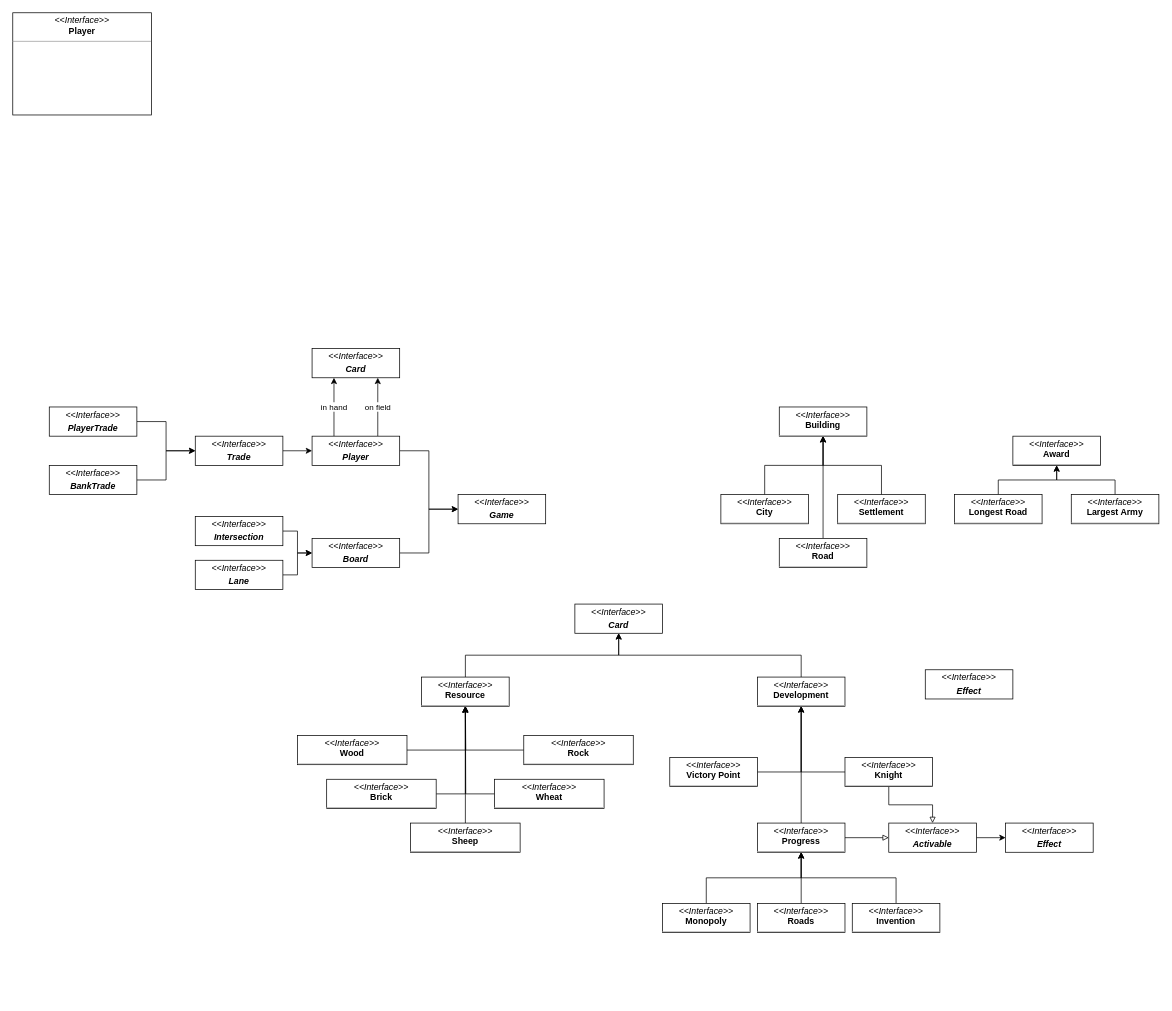
Earlier version of the draw.io diagram scatan.drawio (zucchero-sintattico/pps-22-scatan). Source tidied: cells renumbered, new cells numbered last; positions are measured from the earlier drawing's top-left corner, leaving out a move shared by most shapes. Both pictures are drawn from the tidied source at 73%, with x=0, y=0 at pixel (12, 12).
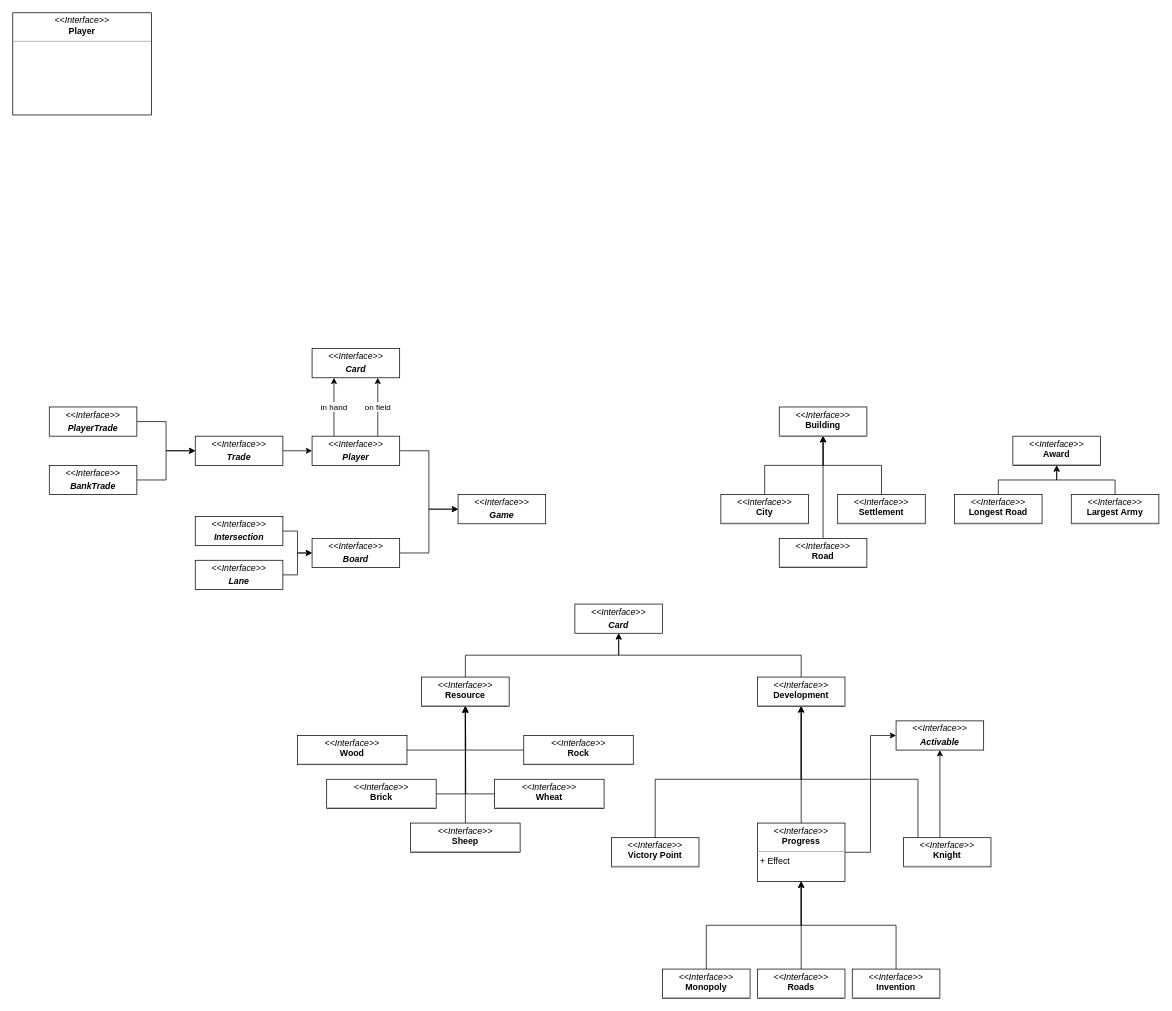
The same diagram, later.

The change refers to these unchanged cells:
```xml
<mxCell id="14" value="&lt;p style=&quot;margin:0px;margin-top:4px;text-align:center;&quot;&gt;&lt;i&gt;&amp;lt;&amp;lt;Interface&amp;gt;&amp;gt;&lt;/i&gt;&lt;br&gt;&lt;b&gt;Development&lt;/b&gt;&lt;/p&gt;&lt;hr size=&quot;1&quot;&gt;&lt;p style=&quot;margin:0px;margin-left:4px;&quot;&gt;&lt;br&gt;&lt;/p&gt;" style="verticalAlign=top;align=left;overflow=fill;fontSize=12;fontFamily=Helvetica;html=1;whiteSpace=wrap;" parent="1" vertex="1">
  <mxGeometry x="1020" y="910" width="120" height="40" as="geometry" />
</mxCell>
```

The edit, as a diff of the source:
```diff
@@
     <mxCell id="15" style="edgeStyle=orthogonalEdgeStyle;rounded=0;jettySize=auto;html=1;exitX=1;exitY=0.5;exitDx=0;exitDy=0;entryX=0.5;entryY=1;entryDx=0;entryDy=0;" parent="1" edge="1" source="16" target="14">
-      <mxGeometry relative="1" as="geometry" />
+      <mxGeometry relative="1" as="geometry">
+        <Array as="points">
+          <mxPoint x="880" y="1150" />
+          <mxPoint x="880" y="1050" />
+          <mxPoint x="1080" y="1050" />
+        </Array>
+      </mxGeometry>
     </mxCell>
     <mxCell id="16" value="&lt;p style=&quot;margin:0px;margin-top:4px;text-align:center;&quot;&gt;&lt;i&gt;&amp;lt;&amp;lt;Interface&amp;gt;&amp;gt;&lt;/i&gt;&lt;br&gt;&lt;b&gt;Victory Point&lt;/b&gt;&lt;/p&gt;&lt;hr size=&quot;1&quot;&gt;&lt;p style=&quot;margin:0px;margin-left:4px;&quot;&gt;&lt;br&gt;&lt;/p&gt;" style="verticalAlign=top;align=left;overflow=fill;fontSize=12;fontFamily=Helvetica;html=1;whiteSpace=wrap;" parent="1" vertex="1">
-      <mxGeometry x="900" y="1020" width="120" height="40" as="geometry" />
+      <mxGeometry x="820" y="1130" width="120" height="40" as="geometry" />
     </mxCell>
@@
     <mxCell id="18" value="&lt;p style=&quot;margin:0px;margin-top:4px;text-align:center;&quot;&gt;&lt;i&gt;&amp;lt;&amp;lt;Interface&amp;gt;&amp;gt;&lt;/i&gt;&lt;br&gt;&lt;b&gt;Monopoly&lt;/b&gt;&lt;/p&gt;&lt;hr size=&quot;1&quot;&gt;&lt;p style=&quot;margin:0px;margin-left:4px;&quot;&gt;&lt;br&gt;&lt;/p&gt;" style="verticalAlign=top;align=left;overflow=fill;fontSize=12;fontFamily=Helvetica;html=1;whiteSpace=wrap;" parent="1" vertex="1">
-      <mxGeometry x="890" y="1220" width="120" height="40" as="geometry" />
+      <mxGeometry x="890" y="1310" width="120" height="40" as="geometry" />
     </mxCell>
@@
     <mxCell id="20" value="&lt;p style=&quot;margin:0px;margin-top:4px;text-align:center;&quot;&gt;&lt;i&gt;&amp;lt;&amp;lt;Interface&amp;gt;&amp;gt;&lt;/i&gt;&lt;br&gt;&lt;b&gt;Roads&lt;/b&gt;&lt;/p&gt;&lt;hr size=&quot;1&quot;&gt;&lt;p style=&quot;margin:0px;margin-left:4px;&quot;&gt;&lt;br&gt;&lt;/p&gt;" style="verticalAlign=top;align=left;overflow=fill;fontSize=12;fontFamily=Helvetica;html=1;whiteSpace=wrap;" parent="1" vertex="1">
-      <mxGeometry x="1020" y="1220" width="120" height="40" as="geometry" />
+      <mxGeometry x="1020" y="1310" width="120" height="40" as="geometry" />
     </mxCell>
@@
     <mxCell id="22" value="&lt;p style=&quot;margin:0px;margin-top:4px;text-align:center;&quot;&gt;&lt;i&gt;&amp;lt;&amp;lt;Interface&amp;gt;&amp;gt;&lt;/i&gt;&lt;br&gt;&lt;b&gt;Invention&lt;/b&gt;&lt;/p&gt;&lt;hr size=&quot;1&quot;&gt;&lt;p style=&quot;margin:0px;margin-left:4px;&quot;&gt;&lt;br&gt;&lt;/p&gt;" style="verticalAlign=top;align=left;overflow=fill;fontSize=12;fontFamily=Helvetica;html=1;whiteSpace=wrap;" parent="1" vertex="1">
-      <mxGeometry x="1150" y="1220" width="120" height="40" as="geometry" />
+      <mxGeometry x="1150" y="1310" width="120" height="40" as="geometry" />
     </mxCell>
-    <mxCell id="23" style="edgeStyle=orthogonalEdgeStyle;rounded=0;jettySize=auto;html=1;exitX=0;exitY=0.5;exitDx=0;exitDy=0;entryX=0.5;entryY=1;entryDx=0;entryDy=0;" parent="1" edge="1" source="25" target="14">
-      <mxGeometry relative="1" as="geometry" />
+    <mxCell id="23" style="edgeStyle=orthogonalEdgeStyle;rounded=0;jettySize=auto;html=1;entryX=0.5;entryY=1;entryDx=0;entryDy=0;" parent="1" edge="1" source="25" target="14">
+      <mxGeometry relative="1" as="geometry">
+        <Array as="points">
+          <mxPoint x="1240" y="1050" />
+          <mxPoint x="1080" y="1050" />
+        </Array>
+      </mxGeometry>
     </mxCell>
-    <mxCell id="24" style="edgeStyle=orthogonalEdgeStyle;rounded=0;jettySize=auto;html=1;exitX=0.5;exitY=1;exitDx=0;exitDy=0;entryX=0.5;entryY=0;entryDx=0;entryDy=0;endArrow=block;endFill=0;" parent="1" edge="1" source="25" target="30">
-      <mxGeometry relative="1" as="geometry" />
+    <mxCell id="24" style="edgeStyle=orthogonalEdgeStyle;rounded=0;jettySize=auto;html=1;" parent="1" edge="1" source="25" target="30">
+      <mxGeometry relative="1" as="geometry">
+        <Array as="points">
+          <mxPoint x="1270" y="1100" />
+          <mxPoint x="1270" y="1100" />
+        </Array>
+      </mxGeometry>
     </mxCell>
     <mxCell id="25" value="&lt;p style=&quot;margin:0px;margin-top:4px;text-align:center;&quot;&gt;&lt;i&gt;&amp;lt;&amp;lt;Interface&amp;gt;&amp;gt;&lt;/i&gt;&lt;br&gt;&lt;b&gt;Knight&lt;/b&gt;&lt;/p&gt;&lt;hr size=&quot;1&quot;&gt;&lt;p style=&quot;margin:0px;margin-left:4px;&quot;&gt;&lt;br&gt;&lt;/p&gt;" style="verticalAlign=top;align=left;overflow=fill;fontSize=12;fontFamily=Helvetica;html=1;whiteSpace=wrap;" parent="1" vertex="1">
-      <mxGeometry x="1140" y="1020" width="120" height="40" as="geometry" />
+      <mxGeometry x="1220" y="1130" width="120" height="40" as="geometry" />
     </mxCell>
@@
-    <mxCell id="27" style="edgeStyle=orthogonalEdgeStyle;rounded=0;jettySize=auto;html=1;exitX=1;exitY=0.5;exitDx=0;exitDy=0;entryX=0;entryY=0.5;entryDx=0;entryDy=0;endArrow=block;endFill=0;" parent="1" edge="1" source="28" target="30">
+    <mxCell id="27" style="edgeStyle=orthogonalEdgeStyle;rounded=0;jettySize=auto;html=1;entryX=0;entryY=0.5;entryDx=0;entryDy=0;" parent="1" edge="1" source="28" target="30">
       <mxGeometry relative="1" as="geometry" />
     </mxCell>
-    <mxCell id="28" value="&lt;p style=&quot;margin:0px;margin-top:4px;text-align:center;&quot;&gt;&lt;i&gt;&amp;lt;&amp;lt;Interface&amp;gt;&amp;gt;&lt;/i&gt;&lt;br&gt;&lt;b&gt;Progress&lt;/b&gt;&lt;/p&gt;&lt;hr size=&quot;1&quot;&gt;&lt;p style=&quot;margin:0px;margin-left:4px;&quot;&gt;&lt;br&gt;&lt;/p&gt;" style="verticalAlign=top;align=left;overflow=fill;fontSize=12;fontFamily=Helvetica;html=1;whiteSpace=wrap;" parent="1" vertex="1">
-      <mxGeometry x="1020" y="1110" width="120" height="40" as="geometry" />
+    <mxCell id="28" value="&lt;p style=&quot;margin:0px;margin-top:4px;text-align:center;&quot;&gt;&lt;i&gt;&amp;lt;&amp;lt;Interface&amp;gt;&amp;gt;&lt;/i&gt;&lt;br&gt;&lt;b&gt;Progress&lt;/b&gt;&lt;/p&gt;&lt;hr size=&quot;1&quot;&gt;&lt;p style=&quot;margin:0px;margin-left:4px;&quot;&gt;+ Effect&lt;/p&gt;" style="verticalAlign=top;align=left;overflow=fill;fontSize=12;fontFamily=Helvetica;html=1;whiteSpace=wrap;" parent="1" vertex="1">
+      <mxGeometry x="1020" y="1110" width="120" height="80" as="geometry" />
     </mxCell>
-    <mxCell id="29" style="edgeStyle=orthogonalEdgeStyle;rounded=0;jettySize=auto;html=1;exitX=1;exitY=0.5;exitDx=0;exitDy=0;" parent="1" edge="1" source="30" target="31">
-      <mxGeometry relative="1" as="geometry" />
-    </mxCell>
     <mxCell id="30" value="&lt;p style=&quot;margin:0px;margin-top:4px;text-align:center;&quot;&gt;&lt;i&gt;&amp;lt;&amp;lt;Interface&amp;gt;&amp;gt;&lt;/i&gt;&lt;br&gt;&lt;/p&gt;&lt;p style=&quot;margin:0px;margin-top:4px;text-align:center;&quot;&gt;&lt;i&gt;&lt;b&gt;Activable&lt;/b&gt;&lt;/i&gt;&lt;/p&gt;&lt;p style=&quot;margin:0px;margin-left:4px;&quot;&gt;&lt;br&gt;&lt;/p&gt;" style="verticalAlign=top;align=left;overflow=fill;fontSize=12;fontFamily=Helvetica;html=1;whiteSpace=wrap;" parent="1" vertex="1">
-      <mxGeometry x="1200" y="1110" width="120" height="40" as="geometry" />
+      <mxGeometry x="1210" y="970" width="120" height="40" as="geometry" />
     </mxCell>
-    <mxCell id="31" value="&lt;p style=&quot;margin:0px;margin-top:4px;text-align:center;&quot;&gt;&lt;i&gt;&amp;lt;&amp;lt;Interface&amp;gt;&amp;gt;&lt;/i&gt;&lt;br&gt;&lt;/p&gt;&lt;p style=&quot;margin:0px;margin-top:4px;text-align:center;&quot;&gt;&lt;b&gt;&lt;i&gt;Effect&lt;/i&gt;&lt;/b&gt;&lt;/p&gt;" style="verticalAlign=top;align=left;overflow=fill;fontSize=12;fontFamily=Helvetica;html=1;whiteSpace=wrap;" parent="1" vertex="1">
-      <mxGeometry x="1360" y="1110" width="120" height="40" as="geometry" />
-    </mxCell>
-    <mxCell id="32" value="&lt;p style=&quot;margin:0px;margin-top:4px;text-align:center;&quot;&gt;&lt;i&gt;&amp;lt;&amp;lt;Interface&amp;gt;&amp;gt;&lt;/i&gt;&lt;br&gt;&lt;/p&gt;&lt;p style=&quot;margin:0px;margin-top:4px;text-align:center;&quot;&gt;&lt;b&gt;&lt;i&gt;Effect&lt;/i&gt;&lt;/b&gt;&lt;/p&gt;" style="verticalAlign=top;align=left;overflow=fill;fontSize=12;fontFamily=Helvetica;html=1;whiteSpace=wrap;" parent="1" vertex="1">
-      <mxGeometry x="1250" y="900" width="120" height="40" as="geometry" />
-    </mxCell>
```
